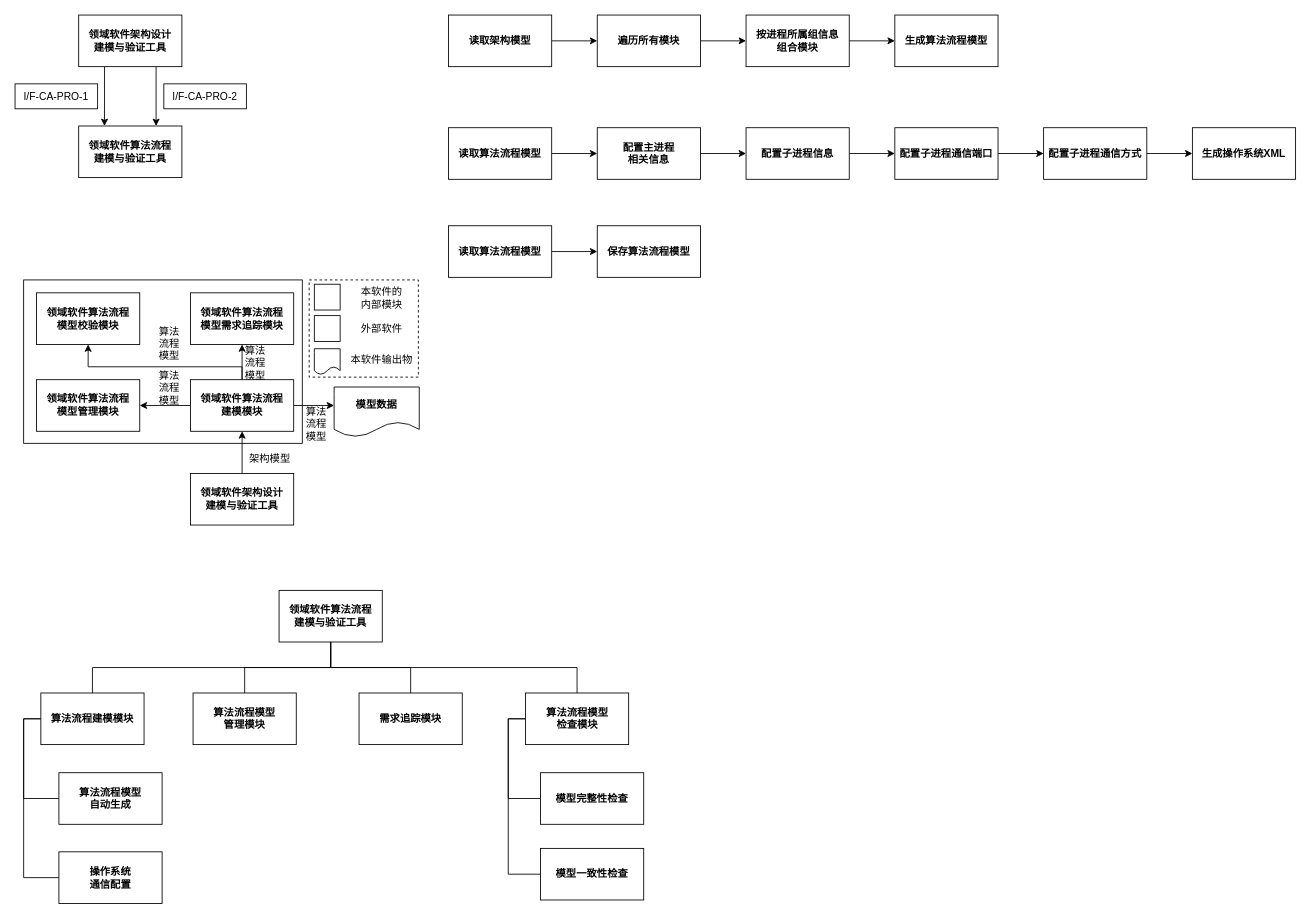
Ayuan66/ArchTacRV-Software-Architectural-Tactics-Detector-and-Verifier keeps this draw.io diagram as page "进程需求" (3 of 3) of Usage Instructions/安全攸关模版.drawio. Above is the earlier version. Source tidied: cells renumbered, new cells numbered last; positions are measured from the earlier drawing's top-left corner, leaving out a move shared by most shapes. Both pictures are drawn from the tidied source at 86%, with x=0, y=0 at pixel (15, 15).
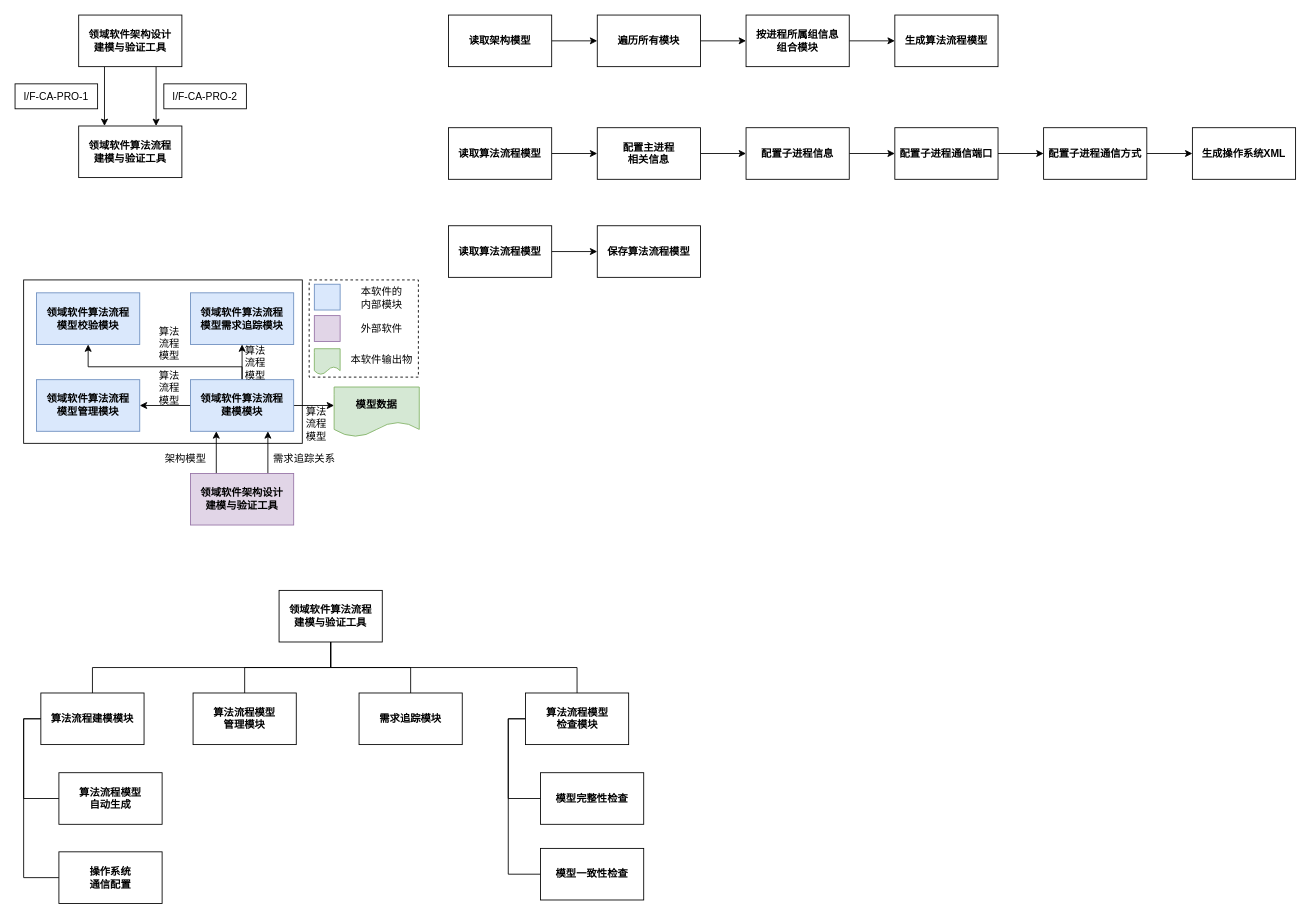
The same diagram, later.

Diff of the diagram source:
```diff
@@
-    <mxCell id="10" value="领域软件算法流程&lt;br&gt;模型校验模块" style="rounded=0;whiteSpace=wrap;html=1;fontStyle=1;labelBackgroundColor=none;" parent="1" vertex="1">
+    <mxCell id="10" value="领域软件算法流程&lt;br&gt;模型校验模块" style="rounded=0;whiteSpace=wrap;html=1;fontStyle=1;labelBackgroundColor=none;fillColor=#dae8fc;strokeColor=#6c8ebf;" parent="1" vertex="1">
       <mxGeometry x="25" y="323" width="120" height="60" as="geometry" />
     </mxCell>
-    <mxCell id="11" value="领域软件算法流程&lt;br&gt;模型需求追踪模块" style="rounded=0;whiteSpace=wrap;html=1;fontStyle=1;labelBackgroundColor=none;" parent="1" vertex="1">
+    <mxCell id="11" value="领域软件算法流程&lt;br&gt;模型需求追踪模块" style="rounded=0;whiteSpace=wrap;html=1;fontStyle=1;labelBackgroundColor=none;fillColor=#dae8fc;strokeColor=#6c8ebf;" parent="1" vertex="1">
       <mxGeometry x="204" y="323" width="120" height="60" as="geometry" />
     </mxCell>
-    <mxCell id="12" value="领域软件算法流程&lt;br&gt;模型管理模块" style="rounded=0;whiteSpace=wrap;html=1;fontStyle=1;labelBackgroundColor=none;" parent="1" vertex="1">
+    <mxCell id="12" value="领域软件算法流程&lt;br&gt;模型管理模块" style="rounded=0;whiteSpace=wrap;html=1;fontStyle=1;labelBackgroundColor=none;fillColor=#dae8fc;strokeColor=#6c8ebf;" parent="1" vertex="1">
       <mxGeometry x="25" y="424" width="120" height="60" as="geometry" />
     </mxCell>
@@
-    <mxCell id="17" value="领域软件算法流程&lt;br&gt;建模模块" style="rounded=0;whiteSpace=wrap;html=1;fontStyle=1;labelBackgroundColor=none;" parent="1" vertex="1">
+    <mxCell id="17" value="领域软件算法流程&lt;br&gt;建模模块" style="rounded=0;whiteSpace=wrap;html=1;fontStyle=1;labelBackgroundColor=none;fillColor=#dae8fc;strokeColor=#6c8ebf;" parent="1" vertex="1">
       <mxGeometry x="204" y="424" width="120" height="60" as="geometry" />
     </mxCell>
-    <mxCell id="18" style="edgeStyle=orthogonalEdgeStyle;rounded=0;jettySize=auto;html=1;exitX=0.5;exitY=0;exitDx=0;exitDy=0;labelBackgroundColor=none;fontColor=default;" parent="1" edge="1" source="19" target="17">
-      <mxGeometry relative="1" as="geometry" />
-    </mxCell>
+    <mxCell id="70" style="edgeStyle=orthogonalEdgeStyle;rounded=0;jettySize=auto;html=1;exitX=0.25;exitY=0;exitDx=0;exitDy=0;entryX=0.25;entryY=1;entryDx=0;entryDy=0;" parent="1" edge="1" source="19" target="17">
+      <mxGeometry relative="1" as="geometry" />
+    </mxCell>
+    <mxCell id="71" style="edgeStyle=orthogonalEdgeStyle;rounded=0;jettySize=auto;html=1;exitX=0.75;exitY=0;exitDx=0;exitDy=0;entryX=0.75;entryY=1;entryDx=0;entryDy=0;" parent="1" edge="1" source="19" target="17">
+      <mxGeometry relative="1" as="geometry" />
+    </mxCell>
-    <mxCell id="19" value="领域软件架构设计&lt;br&gt;建模与验证工具" style="rounded=0;whiteSpace=wrap;html=1;fontStyle=1;labelBackgroundColor=none;" parent="1" vertex="1">
+    <mxCell id="19" value="领域软件架构设计&lt;br&gt;建模与验证工具" style="rounded=0;whiteSpace=wrap;html=1;fontStyle=1;labelBackgroundColor=none;fillColor=#e1d5e7;strokeColor=#9673a6;" parent="1" vertex="1">
       <mxGeometry x="204" y="533" width="120" height="60" as="geometry" />
     </mxCell>
-    <mxCell id="20" style="rounded=0;whiteSpace=wrap;html=1;labelBackgroundColor=none;" parent="1" vertex="1">
+    <mxCell id="20" style="rounded=0;whiteSpace=wrap;html=1;labelBackgroundColor=none;fillColor=#dae8fc;strokeColor=#6c8ebf;" parent="1" vertex="1">
       <mxGeometry x="348" y="313" width="30" height="30" as="geometry" />
     </mxCell>
@@
-    <mxCell id="22" style="rounded=0;whiteSpace=wrap;html=1;labelBackgroundColor=none;" parent="1" vertex="1">
+    <mxCell id="22" style="rounded=0;whiteSpace=wrap;html=1;labelBackgroundColor=none;fillColor=#e1d5e7;strokeColor=#9673a6;" parent="1" vertex="1">
       <mxGeometry x="348" y="349.5" width="30" height="30" as="geometry" />
     </mxCell>
@@
     <mxCell id="25" value="架构模型" style="text;html=1;align=center;verticalAlign=middle;rounded=0;labelBackgroundColor=none;" parent="1" vertex="1">
-      <mxGeometry x="263" y="503" width="66" height="26" as="geometry" />
+      <mxGeometry x="165" y="503" width="66" height="26" as="geometry" />
     </mxCell>
@@
-    <mxCell id="30" value="&lt;span&gt;模型数据&lt;/span&gt;" style="shape=document;whiteSpace=wrap;html=1;boundedLbl=1;fontStyle=1;rounded=0;labelBackgroundColor=none;" parent="1" vertex="1">
+    <mxCell id="30" value="&lt;span&gt;模型数据&lt;/span&gt;" style="shape=document;whiteSpace=wrap;html=1;boundedLbl=1;fontStyle=1;rounded=0;labelBackgroundColor=none;fillColor=#d5e8d4;strokeColor=#82b366;" parent="1" vertex="1">
       <mxGeometry x="371" y="432.5" width="99" height="58" as="geometry" />
     </mxCell>
-    <mxCell id="31" style="shape=document;whiteSpace=wrap;html=1;boundedLbl=1;rounded=0;labelBackgroundColor=none;" parent="1" vertex="1">
+    <mxCell id="31" style="shape=document;whiteSpace=wrap;html=1;boundedLbl=1;rounded=0;labelBackgroundColor=none;fillColor=#d5e8d4;strokeColor=#82b366;" parent="1" vertex="1">
       <mxGeometry x="348" y="388" width="30" height="30" as="geometry" />
     </mxCell>
@@
+    <mxCell id="72" value="需求追踪关系" style="text;html=1;align=center;verticalAlign=middle;rounded=0;labelBackgroundColor=none;" parent="1" vertex="1">
+      <mxGeometry x="291" y="503" width="90" height="26" as="geometry" />
+    </mxCell>
```
